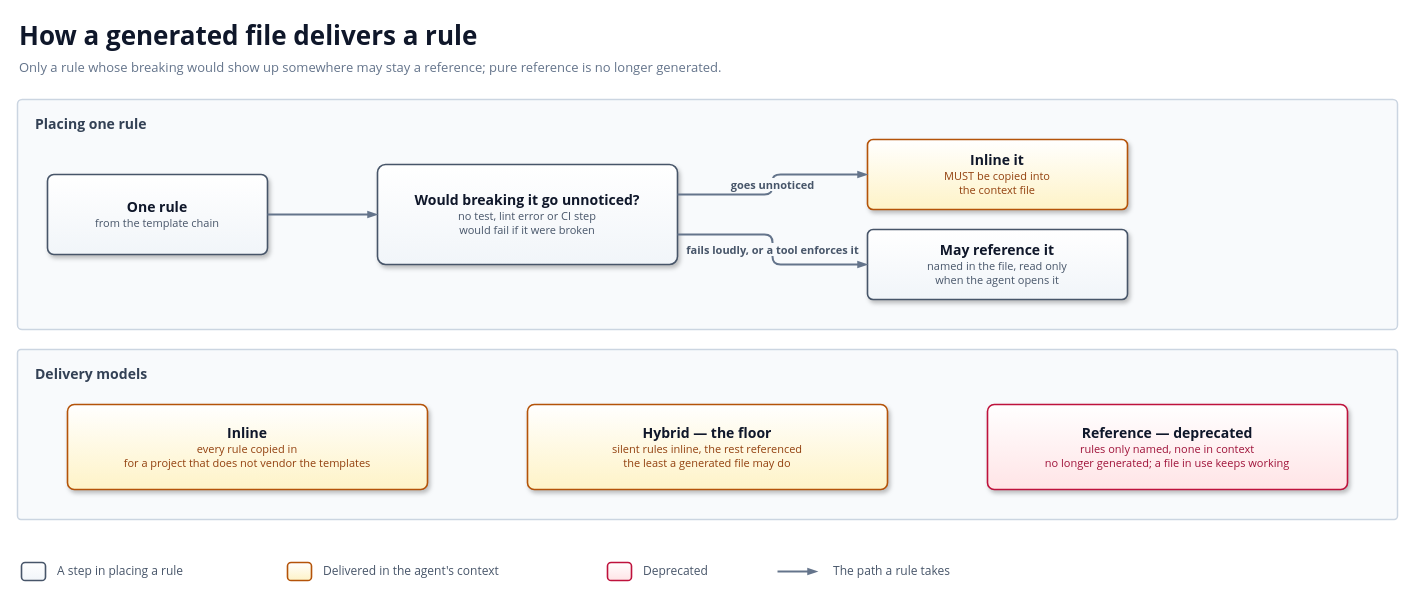
The draw.io diagram docs/diagrams/delivery-model.drawio in solid-ai-dev/solid-ai-templates, before the edit. Source tidied: cells renumbered, new cells numbered last; positions are measured from the earlier drawing's top-left corner, leaving out a move shared by most shapes. Both pictures are drawn from the tidied source at 100%, with x=0, y=0 at pixel (17, 17).
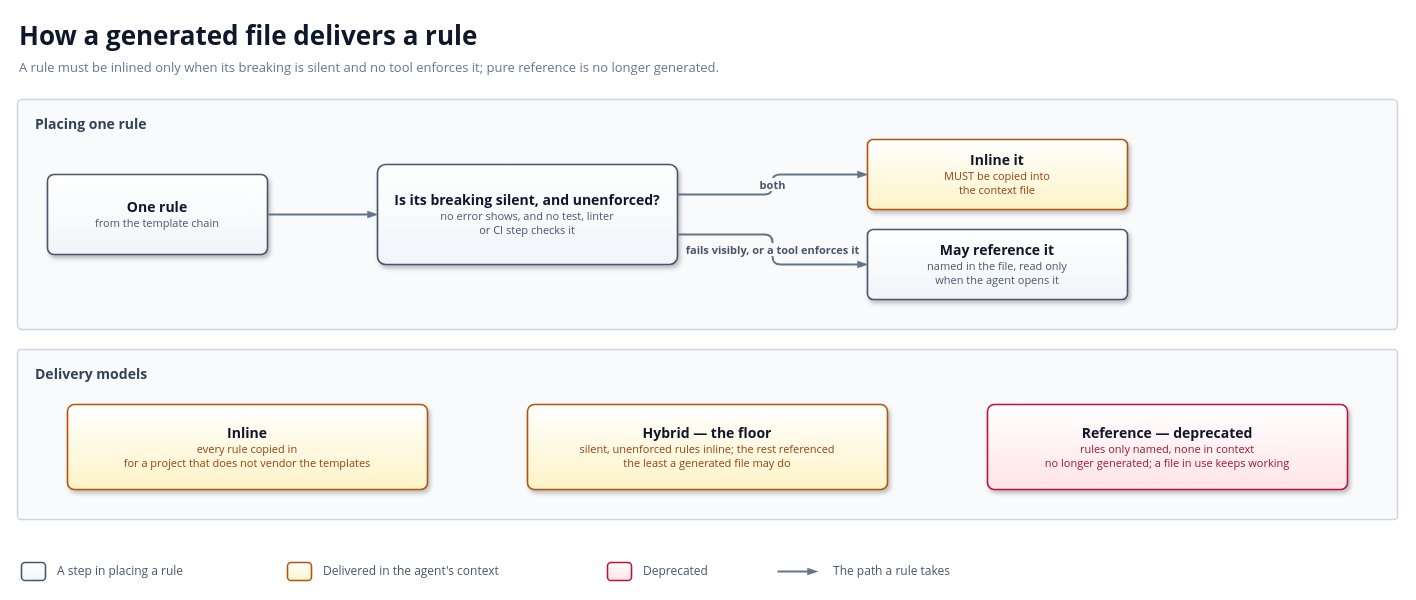
The same diagram, later.

Commit message (it also covers changes not shown here):
docs(decisions): cite ADR-052's probe figures from the rescore, and state one placement rule

The probe figures came from the score.py rescore, not from the round-4
report the record cited, and only two of three trials read. Rule 2 now
requires inlining only when breaking is silent and no tool enforces it,
matching rule 3, the table and the diagram.

Unchanged cells that the change refers to:
```xml
<mxCell id="7" value="&lt;b style='font-size:14px;color:#0F172A'&gt;Inline it&lt;/b&gt;&lt;br&gt;&lt;span style='font-size:11px;color:#92400E'&gt;MUST be copied into&lt;br&gt;the context file&lt;/span&gt;" style="rounded=1;arcSize=8;whiteSpace=wrap;html=1;fillColor=#FEF3C7;gradientColor=#FFFFFF;gradientDirection=north;strokeColor=#B45309;strokeWidth=1.6;shadow=1;align=center;fontFamily=Segoe UI;fontColor=#0F172A;spacing=6;" parent="1" vertex="1">
  <mxGeometry x="850" y="122" width="260" height="70" as="geometry" />
</mxCell>
<mxCell id="8" value="&lt;b style='font-size:14px;color:#0F172A'&gt;May reference it&lt;/b&gt;&lt;br&gt;&lt;span style='font-size:11px;color:#475569'&gt;named in the file, read only&lt;br&gt;when the agent opens it&lt;/span&gt;" style="rounded=1;arcSize=8;whiteSpace=wrap;html=1;fillColor=#F1F5F9;gradientColor=#FFFFFF;gradientDirection=north;strokeColor=#475569;strokeWidth=1.6;shadow=1;align=center;fontFamily=Segoe UI;fontColor=#0F172A;spacing=6;" parent="1" vertex="1">
  <mxGeometry x="850" y="212" width="260" height="70" as="geometry" />
</mxCell>
```

Change to the diagram source:
```diff
@@
-    <mxCell id="3" value="Only a rule whose breaking would show up somewhere may stay a reference; pure reference is no longer generated." style="text;html=1;whiteSpace=wrap;strokeColor=none;fillColor=none;align=left;verticalAlign=top;fontFamily=Segoe UI;fontSize=13;fontColor=#64748B;" parent="1" vertex="1">
+    <mxCell id="3" value="A rule must be inlined only when its breaking is silent and no tool enforces it; pure reference is no longer generated." style="text;html=1;whiteSpace=wrap;strokeColor=none;fillColor=none;align=left;verticalAlign=top;fontFamily=Segoe UI;fontSize=13;fontColor=#64748B;" parent="1" vertex="1">
       <mxGeometry y="36" width="1380" height="24" as="geometry" />
     </mxCell>
@@
-    <mxCell id="6" value="&lt;b style='font-size:14px;color:#0F172A'&gt;Would breaking it go unnoticed?&lt;/b&gt;&lt;br&gt;&lt;span style='font-size:11px;color:#475569'&gt;no test, lint error or CI step&lt;br&gt;would fail if it were broken&lt;/span&gt;" style="rounded=1;arcSize=8;whiteSpace=wrap;html=1;fillColor=#F1F5F9;gradientColor=#FFFFFF;gradientDirection=north;strokeColor=#475569;strokeWidth=1.6;shadow=1;align=center;fontFamily=Segoe UI;fontColor=#0F172A;spacing=6;" parent="1" vertex="1">
+    <mxCell id="6" value="&lt;b style='font-size:14px;color:#0F172A'&gt;Is its breaking silent, and unenforced?&lt;/b&gt;&lt;br&gt;&lt;span style='font-size:11px;color:#475569'&gt;no error shows, and no test, linter&lt;br&gt;or CI step checks it&lt;/span&gt;" style="rounded=1;arcSize=8;whiteSpace=wrap;html=1;fillColor=#F1F5F9;gradientColor=#FFFFFF;gradientDirection=north;strokeColor=#475569;strokeWidth=1.6;shadow=1;align=center;fontFamily=Segoe UI;fontColor=#0F172A;spacing=6;" parent="1" vertex="1">
       <mxGeometry x="360" y="147" width="300" height="100" as="geometry" />
     </mxCell>
@@
-    <mxCell id="10" value="goes unnoticed" style="edgeStyle=orthogonalEdgeStyle;rounded=1;arcSize=16;html=1;jettySize=auto;strokeColor=#64748B;strokeWidth=2.0;endArrow=blockThin;endFill=1;endSize=5;fontFamily=Segoe UI;fontSize=11;fontColor=#475569;fontStyle=1;labelBackgroundColor=#F8FAFC;exitX=1;exitY=0.3;entryX=0;entryY=0.5;" parent="1" edge="1" source="6" target="7">
+    <mxCell id="10" value="both" style="edgeStyle=orthogonalEdgeStyle;rounded=1;arcSize=16;html=1;jettySize=auto;strokeColor=#64748B;strokeWidth=2.0;endArrow=blockThin;endFill=1;endSize=5;fontFamily=Segoe UI;fontSize=11;fontColor=#475569;fontStyle=1;labelBackgroundColor=#F8FAFC;exitX=1;exitY=0.3;entryX=0;entryY=0.5;" parent="1" edge="1" source="6" target="7">
       <mxGeometry relative="1" as="geometry" />
     </mxCell>
-    <mxCell id="11" value="fails loudly, or a tool enforces it" style="edgeStyle=orthogonalEdgeStyle;rounded=1;arcSize=16;html=1;jettySize=auto;strokeColor=#64748B;strokeWidth=2.0;endArrow=blockThin;endFill=1;endSize=5;fontFamily=Segoe UI;fontSize=11;fontColor=#475569;fontStyle=1;labelBackgroundColor=#F8FAFC;exitX=1;exitY=0.7;entryX=0;entryY=0.5;" parent="1" edge="1" source="6" target="8">
+    <mxCell id="11" value="fails visibly, or a tool enforces it" style="edgeStyle=orthogonalEdgeStyle;rounded=1;arcSize=16;html=1;jettySize=auto;strokeColor=#64748B;strokeWidth=2.0;endArrow=blockThin;endFill=1;endSize=5;fontFamily=Segoe UI;fontSize=11;fontColor=#475569;fontStyle=1;labelBackgroundColor=#F8FAFC;exitX=1;exitY=0.7;entryX=0;entryY=0.5;" parent="1" edge="1" source="6" target="8">
       <mxGeometry relative="1" as="geometry" />
     </mxCell>
@@
-    <mxCell id="14" value="&lt;b style='font-size:14px;color:#0F172A'&gt;Hybrid — the floor&lt;/b&gt;&lt;br&gt;&lt;span style='font-size:11px;color:#92400E'&gt;silent rules inline, the rest referenced&lt;br&gt;the least a generated file may do&lt;/span&gt;" style="rounded=1;arcSize=8;whiteSpace=wrap;html=1;fillColor=#FEF3C7;gradientColor=#FFFFFF;gradientDirection=north;strokeColor=#B45309;strokeWidth=1.6;shadow=1;align=center;fontFamily=Segoe UI;fontColor=#0F172A;spacing=6;" parent="1" vertex="1">
+    <mxCell id="14" value="&lt;b style='font-size:14px;color:#0F172A'&gt;Hybrid — the floor&lt;/b&gt;&lt;br&gt;&lt;span style='font-size:11px;color:#92400E'&gt;silent, unenforced rules inline; the rest referenced&lt;br&gt;the least a generated file may do&lt;/span&gt;" style="rounded=1;arcSize=8;whiteSpace=wrap;html=1;fillColor=#FEF3C7;gradientColor=#FFFFFF;gradientDirection=north;strokeColor=#B45309;strokeWidth=1.6;shadow=1;align=center;fontFamily=Segoe UI;fontColor=#0F172A;spacing=6;" parent="1" vertex="1">
       <mxGeometry x="510" y="387" width="360" height="85" as="geometry" />
     </mxCell>
```
